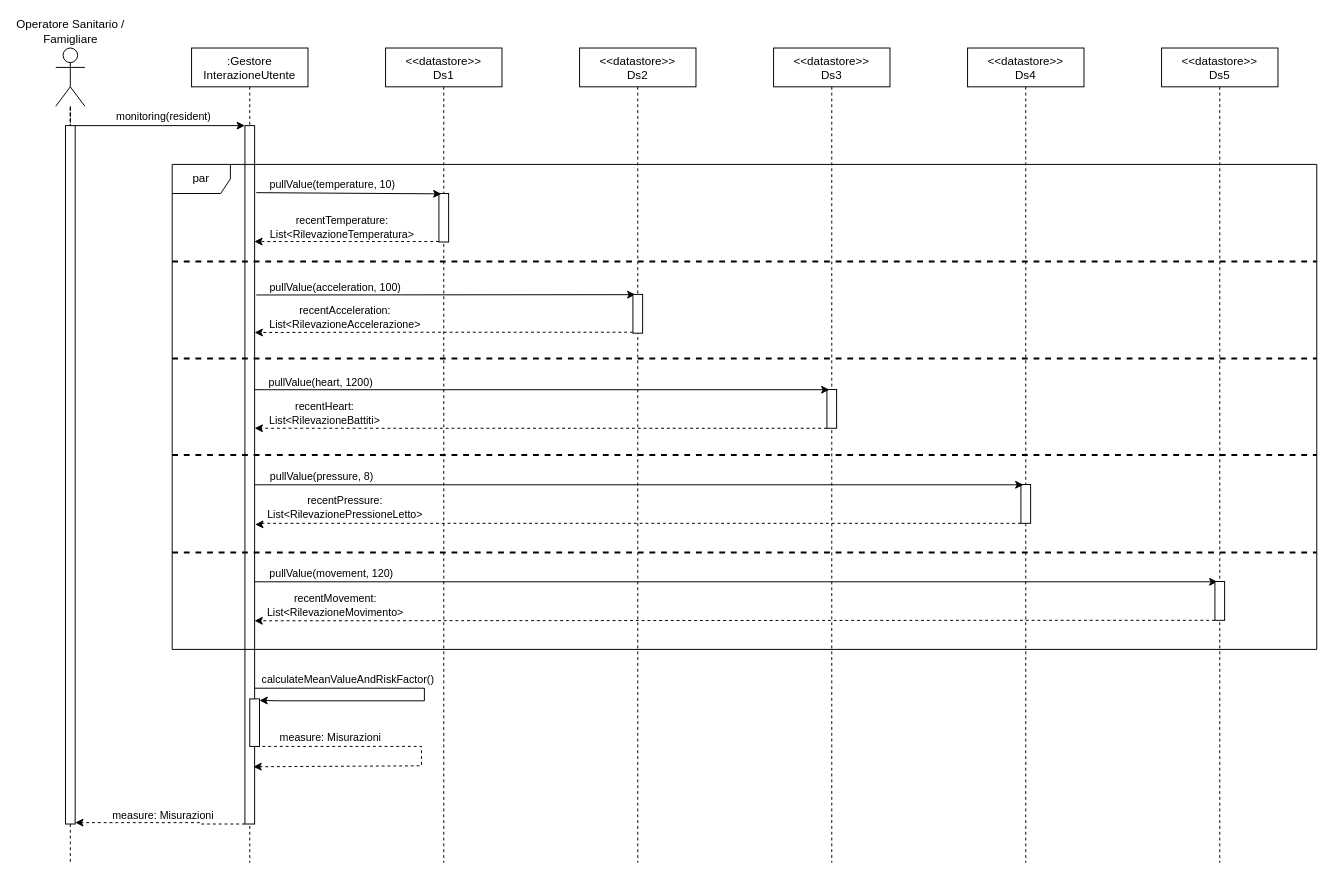
Above: page "Monitoraggio" (5 of 8) of Progetto/Diagrammi_Attivita/Sequence.drawio in Wonderjack996/unimib-software-architecture (draw.io), before the change. Source tidied: cells renumbered, new cells numbered last; positions are measured from the earlier drawing's top-left corner, leaving out a move shared by most shapes. Both pictures are drawn from the tidied source at 97%, with x=0, y=0 at pixel (55, 48).
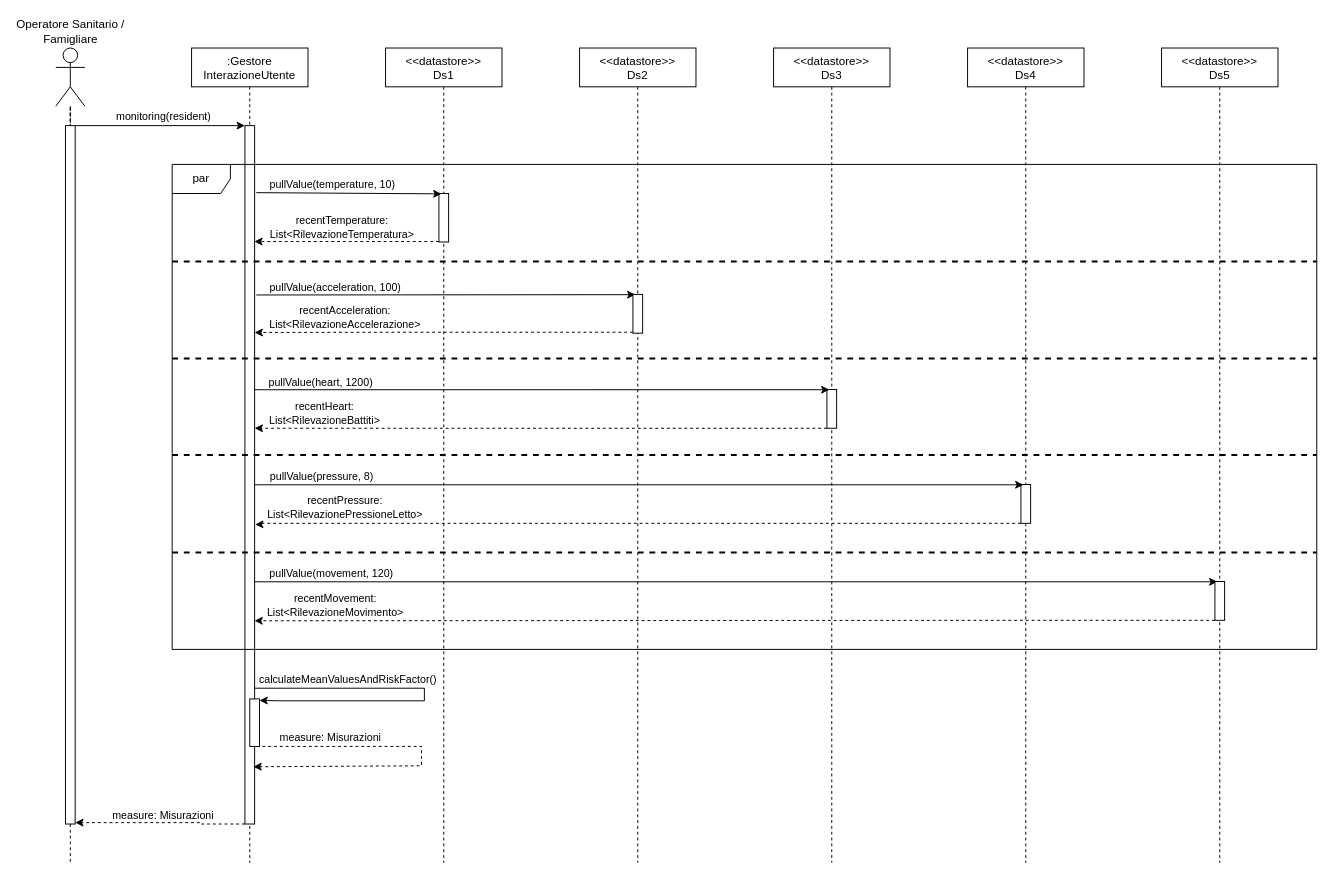
After the change.

Unchanged cells that the change refers to:
```xml
<mxCell id="9" style="endArrow=classic;html=1;rounded=0;entryX=1;entryY=0.032;entryDx=0;entryDy=0;entryPerimeter=0;edgeStyle=orthogonalEdgeStyle;" parent="4" edge="1" target="8">
  <mxGeometry relative="1" as="geometry">
    <mxPoint x="65" y="660" as="sourcePoint" />
    <Array as="points">
      <mxPoint x="240" y="660" />
      <mxPoint x="240" y="673" />
      <mxPoint x="90" y="673" />
    </Array>
  </mxGeometry>
</mxCell>
```

What changed in the source:
```diff
@@
-    <mxCell id="10" value="calculateMeanValueAndRiskFactor()" style="edgeLabel;html=1;align=center;verticalAlign=middle;" parent="9" vertex="1">
+    <mxCell id="10" value="calculateMeanValuesAndRiskFactor()" style="edgeLabel;html=1;align=center;verticalAlign=middle;" parent="9" vertex="1">
       <mxGeometry x="-0.34" relative="1" as="geometry">
         <mxPoint x="-23" y="-10" as="offset" />
       </mxGeometry>
     </mxCell>
```
